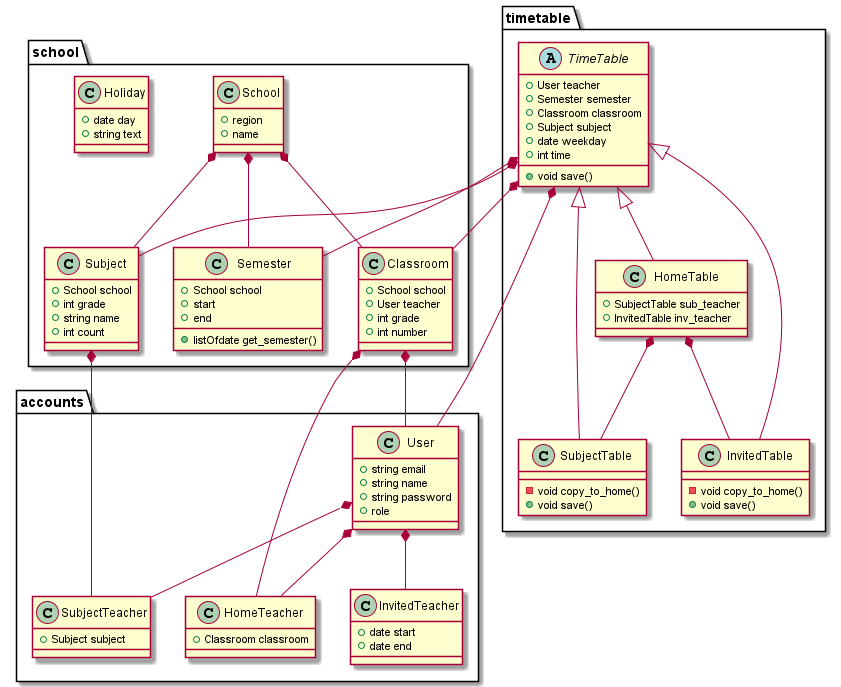
hyeonjang/class_schedule_maker keeps this PlantUML diagram as _report/2020-10-16-report/class.png. Above is the earlier version.
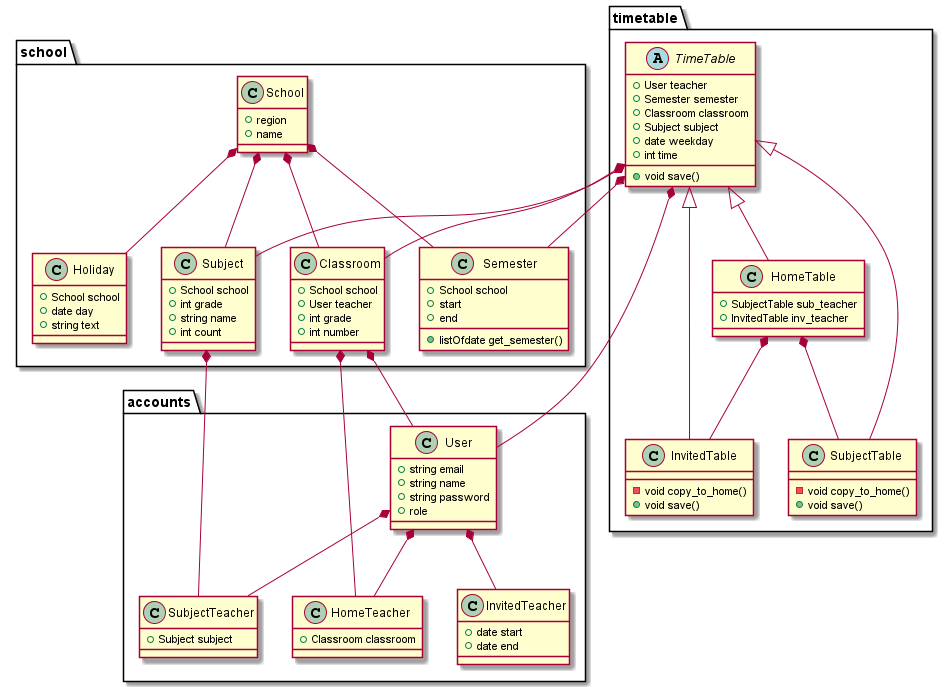
Above is the later version.

The edit, as a diff of the source:
```diff
@@ -11,6 +11,7 @@
         + listOfdate get_semester()
     }
     class Holiday {
+        + School school
         + date day
         + string text
     }
@@ -30,7 +31,7 @@
     School *-- Semester
     School *-- Classroom
     School *-- Subject
-
+    School *-- Holiday
     Classroom *-- accounts.User
 }
 
```
